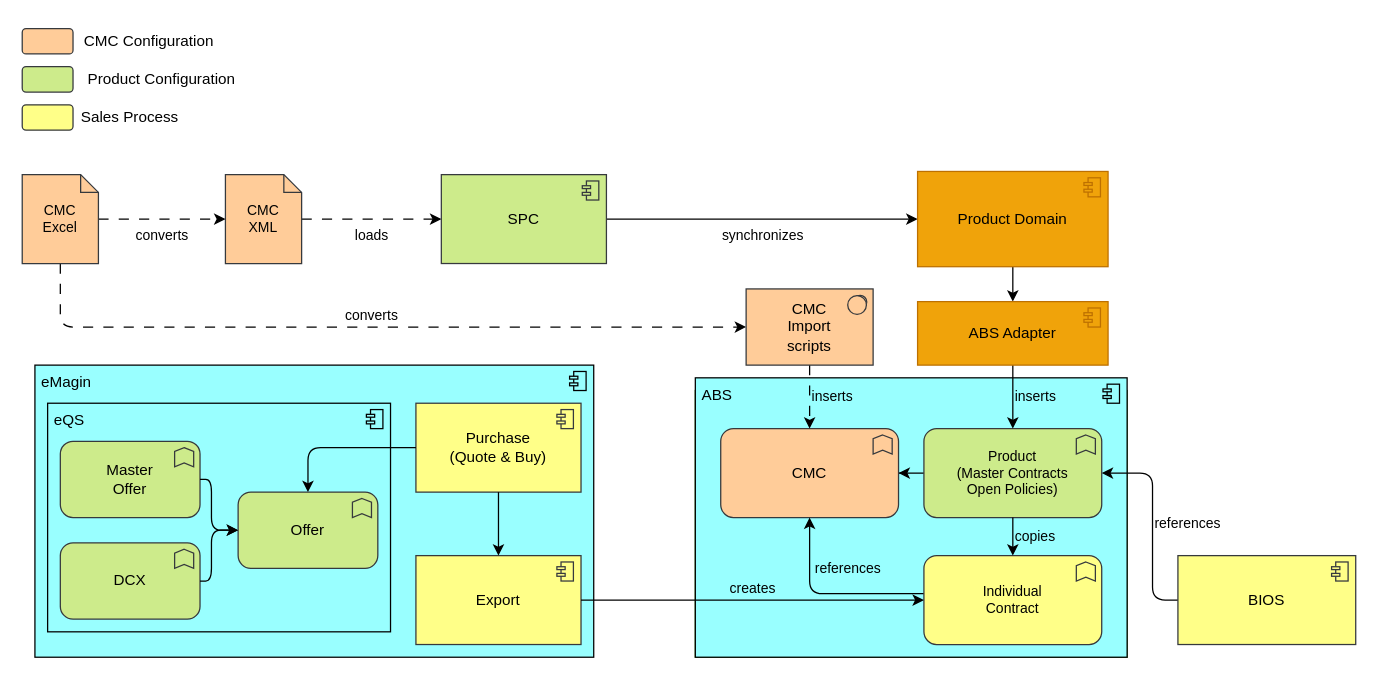
Above: page "Product transition" (2 of 3) of Product As Is.drawio in mswist/draw.io (draw.io), before the change. Source tidied: cells renumbered, new cells numbered last; positions are measured from the earlier drawing's top-left corner, leaving out a move shared by most shapes. Both pictures are drawn from the tidied source at 127%, with x=0, y=0 at pixel (22, 22).
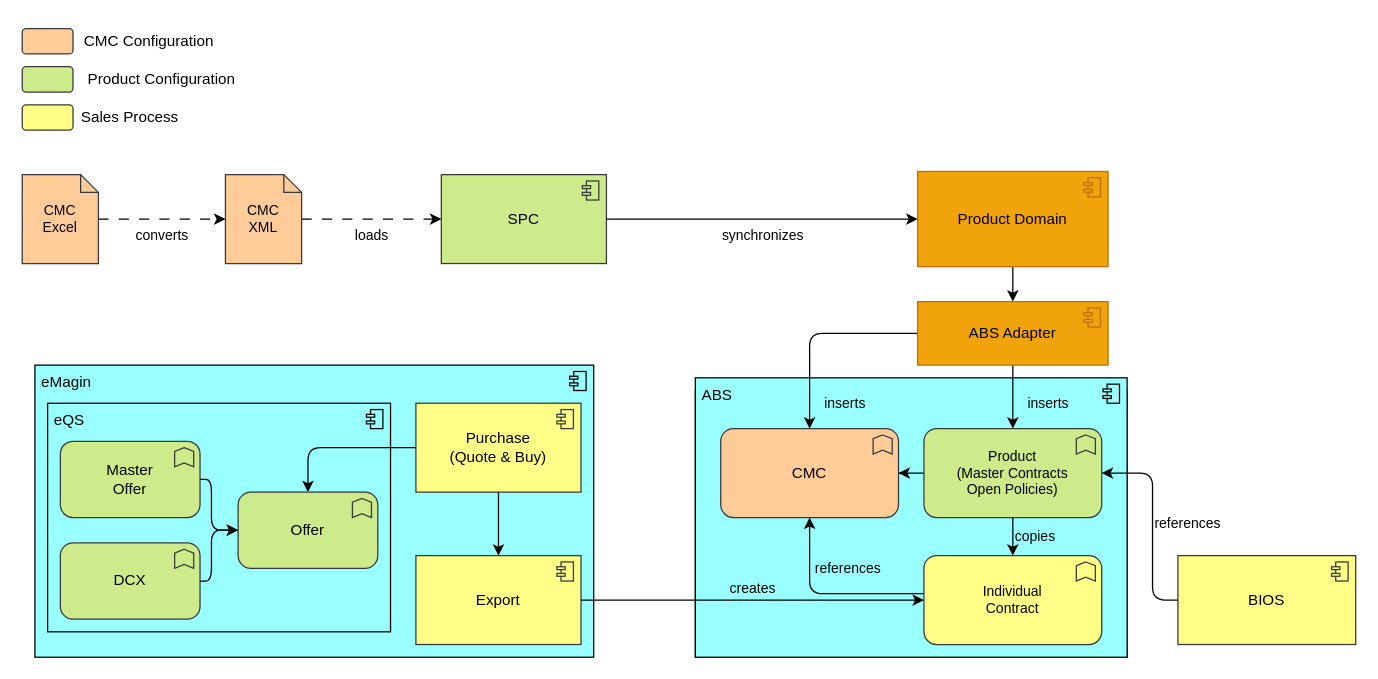
Above is the later version.

Unchanged cells that the change refers to:
```xml
<mxCell id="5" value="Product&lt;br&gt;(Master Contracts&lt;br&gt;Open Policies)" style="html=1;outlineConnect=0;whiteSpace=wrap;fillColor=#cdeb8b;shape=mxgraph.archimate3.application;appType=func;archiType=rounded;fontFamily=Poppins;fontSize=11;strokeColor=#36393d;" parent="2" vertex="1">
  <mxGeometry x="180" y="30" width="140" height="70" as="geometry" />
</mxCell>
<mxCell id="6" value="CMC" style="html=1;outlineConnect=0;whiteSpace=wrap;fillColor=#ffcc99;shape=mxgraph.archimate3.application;appType=func;archiType=rounded;fontFamily=Poppins;strokeColor=#36393d;" parent="2" vertex="1">
  <mxGeometry x="20" y="30" width="140" height="70" as="geometry" />
</mxCell>
<mxCell id="34" value="CMC&lt;div&gt;Excel&lt;/div&gt;" style="html=1;outlineConnect=0;whiteSpace=wrap;fillColor=#ffcc99;shape=note;size=14;fontFamily=Poppins;fontSize=11;strokeColor=#36393d;" parent="1" vertex="1">
  <mxGeometry y="120" width="60" height="70" as="geometry" />
</mxCell>
<mxCell id="47" value="ABS Adapter" style="html=1;outlineConnect=0;whiteSpace=wrap;fillColor=#f0a30a;shape=mxgraph.archimate3.application;appType=comp;archiType=square;fontColor=#000000;strokeColor=#BD7000;" parent="1" vertex="1">
  <mxGeometry x="705" y="220" width="150" height="50" as="geometry" />
</mxCell>
```

What changed in the source:
```diff
@@
-    <mxCell id="13" value="converts" style="edgeStyle=orthogonalEdgeStyle;rounded=1;jettySize=auto;html=1;curved=0;dashed=1;dashPattern=8 8;exitX=0.5;exitY=1;exitDx=0;exitDy=0;exitPerimeter=0;verticalAlign=bottom;" parent="1" edge="1" source="34" target="30">
-      <mxGeometry relative="1" as="geometry">
-        <Array as="points">
-          <mxPoint x="30" y="240" />
-        </Array>
-      </mxGeometry>
-    </mxCell>
@@
-    <mxCell id="29" value="inserts" style="edgeStyle=orthogonalEdgeStyle;rounded=0;jettySize=auto;html=1;dashed=1;dashPattern=8 8;align=left;labelBackgroundColor=none;" parent="1" edge="1" source="30" target="6">
-      <mxGeometry relative="1" as="geometry" />
-    </mxCell>
-    <mxCell id="30" value="CMC&lt;br&gt;Import&lt;br&gt;scripts" style="html=1;outlineConnect=0;whiteSpace=wrap;fillColor=#ffcc99;shape=mxgraph.archimate3.application;appType=sysSw;archiType=square;strokeColor=#36393d;" parent="1" vertex="1">
-      <mxGeometry x="570" y="210" width="100" height="60" as="geometry" />
-    </mxCell>
@@
     <mxCell id="46" value="inserts" style="edgeStyle=orthogonalEdgeStyle;rounded=0;jettySize=auto;html=1;labelBackgroundColor=none;align=left;" parent="1" edge="1" source="47" target="5">
-      <mxGeometry relative="1" as="geometry" />
+      <mxGeometry x="0.2" y="10" relative="1" as="geometry" />
     </mxCell>
+    <mxCell id="29" value="inserts" style="edgeStyle=orthogonalEdgeStyle;rounded=1;jettySize=auto;html=1;curved=0;labelBackgroundColor=none;align=left;" parent="1" edge="1" source="47" target="6">
+      <mxGeometry x="0.75" y="10" relative="1" as="geometry" />
+    </mxCell>
```
